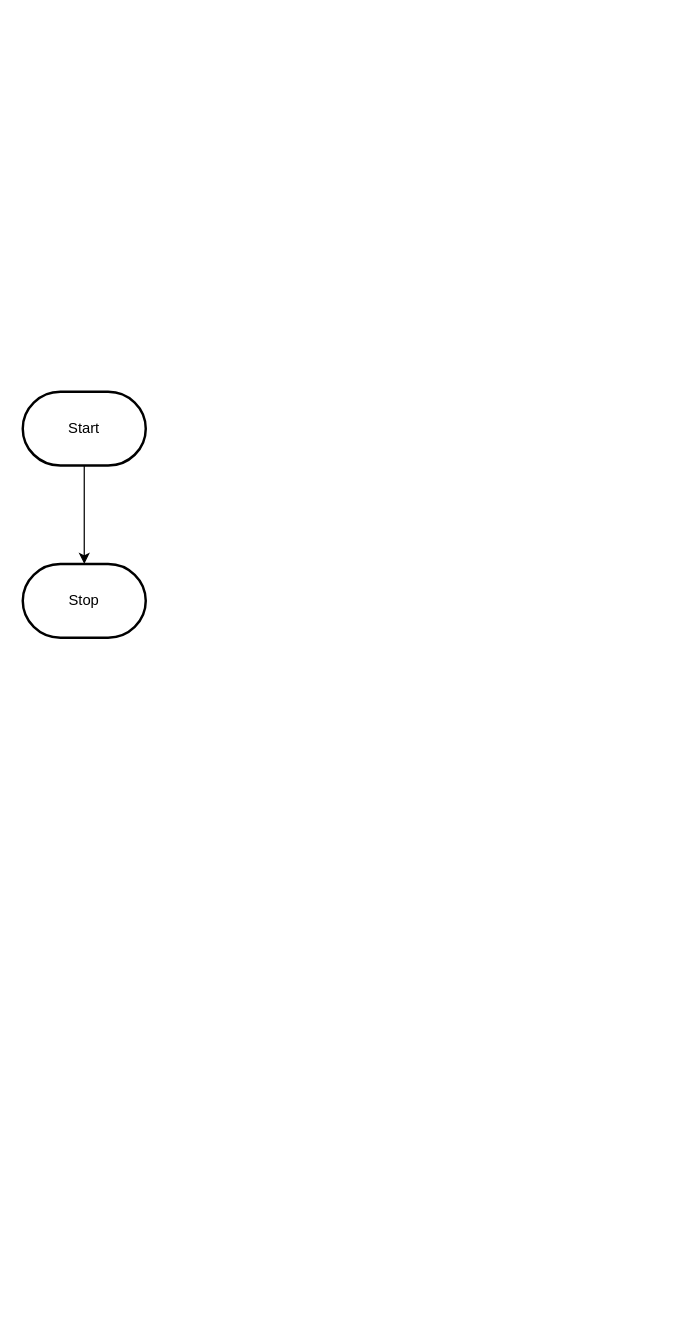
The draw.io diagram design/flowchart.drawio in MTHS-ICD2O-1-2023/ICD2O-Unit-6-03-tymofii-stepanov, before the edit. Source tidied: cells renumbered, new cells numbered last; positions are measured from the earlier drawing's top-left corner, leaving out a move shared by most shapes. Both pictures are drawn from the tidied source at 123%, with x=0, y=0 at pixel (22, 391).
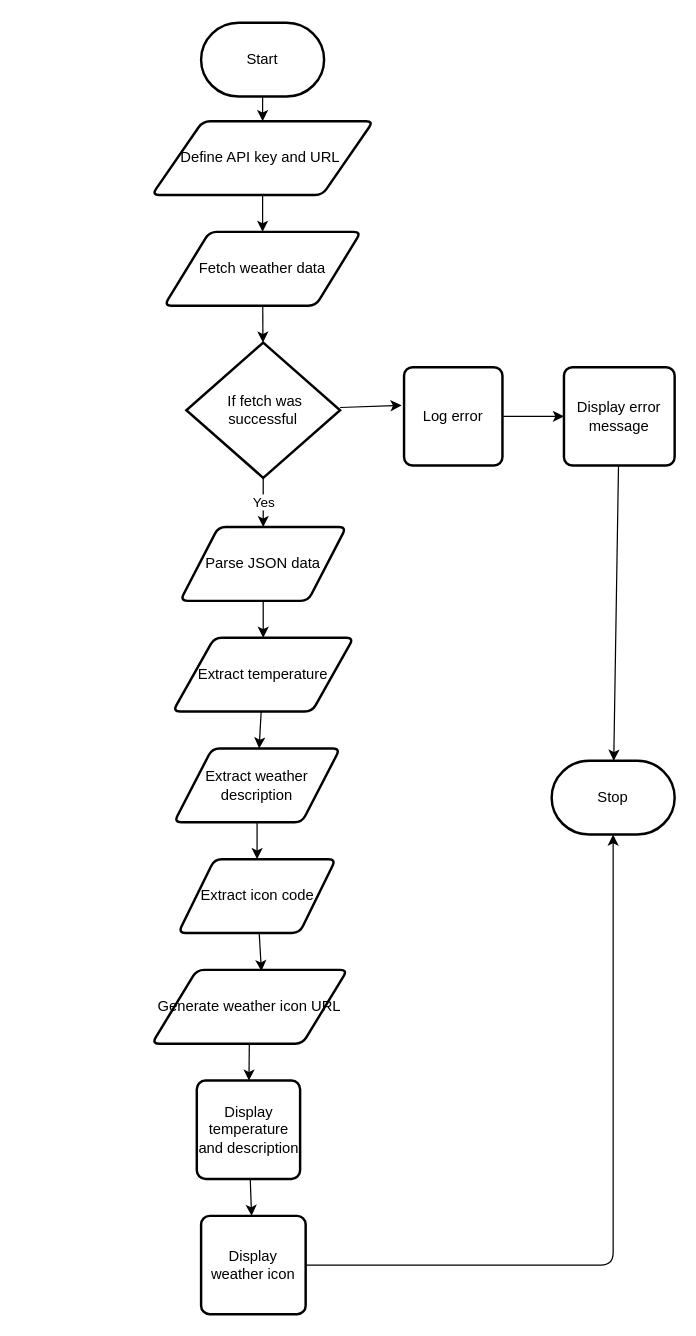
The same page after the edit.

The edit, as a diff of the source:
```diff
@@
-    <mxCell id="2" style="edgeStyle=orthogonalEdgeStyle;html=1;rounded=0;" parent="1" edge="1" source="3" target="4">
-      <mxGeometry relative="1" as="geometry" />
-    </mxCell>
+    <mxCell id="5" style="edgeStyle=none;html=1;entryX=0.5;entryY=0;entryDx=0;entryDy=0;" parent="1" edge="1" source="3" target="2">
+      <mxGeometry relative="1" as="geometry" />
+    </mxCell>
     <mxCell id="3" value="Start" style="strokeWidth=2;html=1;shape=mxgraph.flowchart.terminator;whiteSpace=wrap;" parent="1" vertex="1">
-      <mxGeometry width="100" height="60" as="geometry" />
+      <mxGeometry x="145" y="-300" width="100" height="60" as="geometry" />
     </mxCell>
     <mxCell id="4" value="Stop" style="strokeWidth=2;html=1;shape=mxgraph.flowchart.terminator;whiteSpace=wrap;" parent="1" vertex="1">
-      <mxGeometry y="140" width="100" height="60" as="geometry" />
+      <mxGeometry x="430" y="300" width="100" height="60" as="geometry" />
     </mxCell>
+    <mxCell id="6" style="edgeStyle=none;html=1;" parent="1" edge="1" source="2" target="8">
+      <mxGeometry relative="1" as="geometry" />
+    </mxCell>
+    <mxCell id="2" value="Define API key and URL&amp;nbsp;" style="shape=parallelogram;html=1;strokeWidth=2;perimeter=parallelogramPerimeter;whiteSpace=wrap;rounded=1;arcSize=12;size=0.23;" parent="1" vertex="1">
+      <mxGeometry x="105" y="-220" width="180" height="60" as="geometry" />
+    </mxCell>
+    <mxCell id="7" style="edgeStyle=none;html=1;" parent="1" edge="1" source="8" target="11">
+      <mxGeometry relative="1" as="geometry" />
+    </mxCell>
+    <mxCell id="8" value="Fetch weather data" style="shape=parallelogram;html=1;strokeWidth=2;perimeter=parallelogramPerimeter;whiteSpace=wrap;rounded=1;arcSize=12;size=0.23;" parent="1" vertex="1">
+      <mxGeometry x="115" y="-130" width="160" height="60" as="geometry" />
+    </mxCell>
+    <mxCell id="9" value="Yes" style="edgeStyle=none;html=1;" parent="1" edge="1" source="11" target="13">
+      <mxGeometry relative="1" as="geometry" />
+    </mxCell>
+    <mxCell id="10" style="edgeStyle=none;html=1;entryX=-0.025;entryY=0.388;entryDx=0;entryDy=0;entryPerimeter=0;" parent="1" edge="1" source="11" target="27">
+      <mxGeometry relative="1" as="geometry" />
+    </mxCell>
+    <mxCell id="11" value="&amp;nbsp;If fetch was successful" style="strokeWidth=2;html=1;shape=mxgraph.flowchart.decision;whiteSpace=wrap;" parent="1" vertex="1">
+      <mxGeometry x="133" y="-40" width="125" height="110" as="geometry" />
+    </mxCell>
+    <mxCell id="12" style="edgeStyle=none;html=1;" parent="1" edge="1" source="13" target="15">
+      <mxGeometry relative="1" as="geometry" />
+    </mxCell>
+    <mxCell id="13" value="Parse JSON data" style="shape=parallelogram;html=1;strokeWidth=2;perimeter=parallelogramPerimeter;whiteSpace=wrap;rounded=1;arcSize=12;size=0.23;" parent="1" vertex="1">
+      <mxGeometry x="128" y="110" width="135" height="60" as="geometry" />
+    </mxCell>
+    <mxCell id="14" style="edgeStyle=none;html=1;" parent="1" edge="1" source="15" target="17">
+      <mxGeometry relative="1" as="geometry" />
+    </mxCell>
+    <mxCell id="15" value="Extract temperature" style="shape=parallelogram;html=1;strokeWidth=2;perimeter=parallelogramPerimeter;whiteSpace=wrap;rounded=1;arcSize=12;size=0.23;" parent="1" vertex="1">
+      <mxGeometry x="122" y="200" width="147" height="60" as="geometry" />
+    </mxCell>
+    <mxCell id="16" style="edgeStyle=none;html=1;entryX=0.5;entryY=0;entryDx=0;entryDy=0;" parent="1" edge="1" source="17" target="19">
+      <mxGeometry relative="1" as="geometry" />
+    </mxCell>
+    <mxCell id="17" value="Extract weather description" style="shape=parallelogram;html=1;strokeWidth=2;perimeter=parallelogramPerimeter;whiteSpace=wrap;rounded=1;arcSize=12;size=0.23;" parent="1" vertex="1">
+      <mxGeometry x="123" y="290" width="135" height="60" as="geometry" />
+    </mxCell>
+    <mxCell id="18" style="edgeStyle=none;html=1;entryX=0.56;entryY=0.017;entryDx=0;entryDy=0;entryPerimeter=0;" parent="1" edge="1" source="19" target="21">
+      <mxGeometry relative="1" as="geometry" />
+    </mxCell>
+    <mxCell id="19" value="Extract icon code" style="shape=parallelogram;html=1;strokeWidth=2;perimeter=parallelogramPerimeter;whiteSpace=wrap;rounded=1;arcSize=12;size=0.23;" parent="1" vertex="1">
+      <mxGeometry x="126.5" y="380" width="128" height="60" as="geometry" />
+    </mxCell>
+    <mxCell id="20" style="edgeStyle=none;html=1;" parent="1" edge="1" source="21" target="23">
+      <mxGeometry relative="1" as="geometry" />
+    </mxCell>
+    <mxCell id="21" value="Generate weather icon URL" style="shape=parallelogram;html=1;strokeWidth=2;perimeter=parallelogramPerimeter;whiteSpace=wrap;rounded=1;arcSize=12;size=0.23;" parent="1" vertex="1">
+      <mxGeometry x="105" y="470" width="159" height="60" as="geometry" />
+    </mxCell>
+    <mxCell id="22" style="edgeStyle=none;html=1;" parent="1" edge="1" source="23" target="25">
+      <mxGeometry relative="1" as="geometry" />
+    </mxCell>
+    <mxCell id="23" value="Display temperature and description" style="rounded=1;whiteSpace=wrap;html=1;absoluteArcSize=1;arcSize=14;strokeWidth=2;" parent="1" vertex="1">
+      <mxGeometry x="141.5" y="560" width="84" height="80" as="geometry" />
+    </mxCell>
+    <mxCell id="24" style="edgeStyle=orthogonalEdgeStyle;html=1;entryX=0.5;entryY=1;entryDx=0;entryDy=0;entryPerimeter=0;" parent="1" edge="1" source="25" target="4">
+      <mxGeometry relative="1" as="geometry" />
+    </mxCell>
+    <mxCell id="25" value="Display weather icon" style="rounded=1;whiteSpace=wrap;html=1;absoluteArcSize=1;arcSize=14;strokeWidth=2;" parent="1" vertex="1">
+      <mxGeometry x="145" y="670" width="85" height="80" as="geometry" />
+    </mxCell>
+    <mxCell id="26" style="edgeStyle=none;html=1;entryX=0;entryY=0.5;entryDx=0;entryDy=0;" parent="1" edge="1" source="27" target="29">
+      <mxGeometry relative="1" as="geometry" />
+    </mxCell>
+    <mxCell id="27" value="Log error" style="rounded=1;whiteSpace=wrap;html=1;absoluteArcSize=1;arcSize=14;strokeWidth=2;" parent="1" vertex="1">
+      <mxGeometry x="310" y="-20" width="80" height="80" as="geometry" />
+    </mxCell>
+    <mxCell id="28" style="edgeStyle=none;html=1;" parent="1" edge="1" source="29" target="4">
+      <mxGeometry relative="1" as="geometry" />
+    </mxCell>
+    <mxCell id="29" value="Display error message" style="rounded=1;whiteSpace=wrap;html=1;absoluteArcSize=1;arcSize=14;strokeWidth=2;" parent="1" vertex="1">
+      <mxGeometry x="440" y="-20" width="90" height="80" as="geometry" />
+    </mxCell>
```
